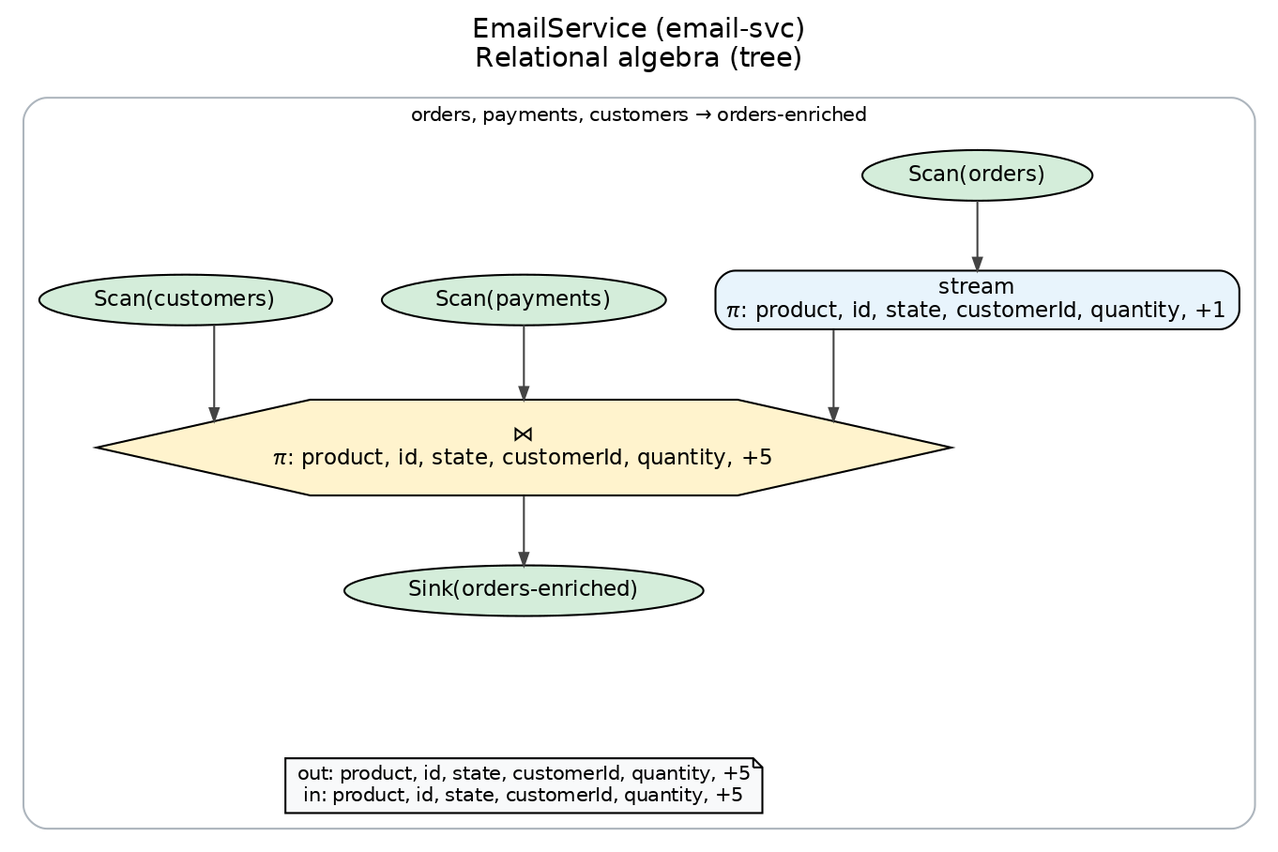
Above: docs/difc-ra-diagrams/email-svc-ra-flow.png in Coder2002-MSAdithya/kafka-streams-examples (Graphviz), before the change. Its source is kept beside it as docs/difc-ra-diagrams/email-svc-ra-flow.dot.
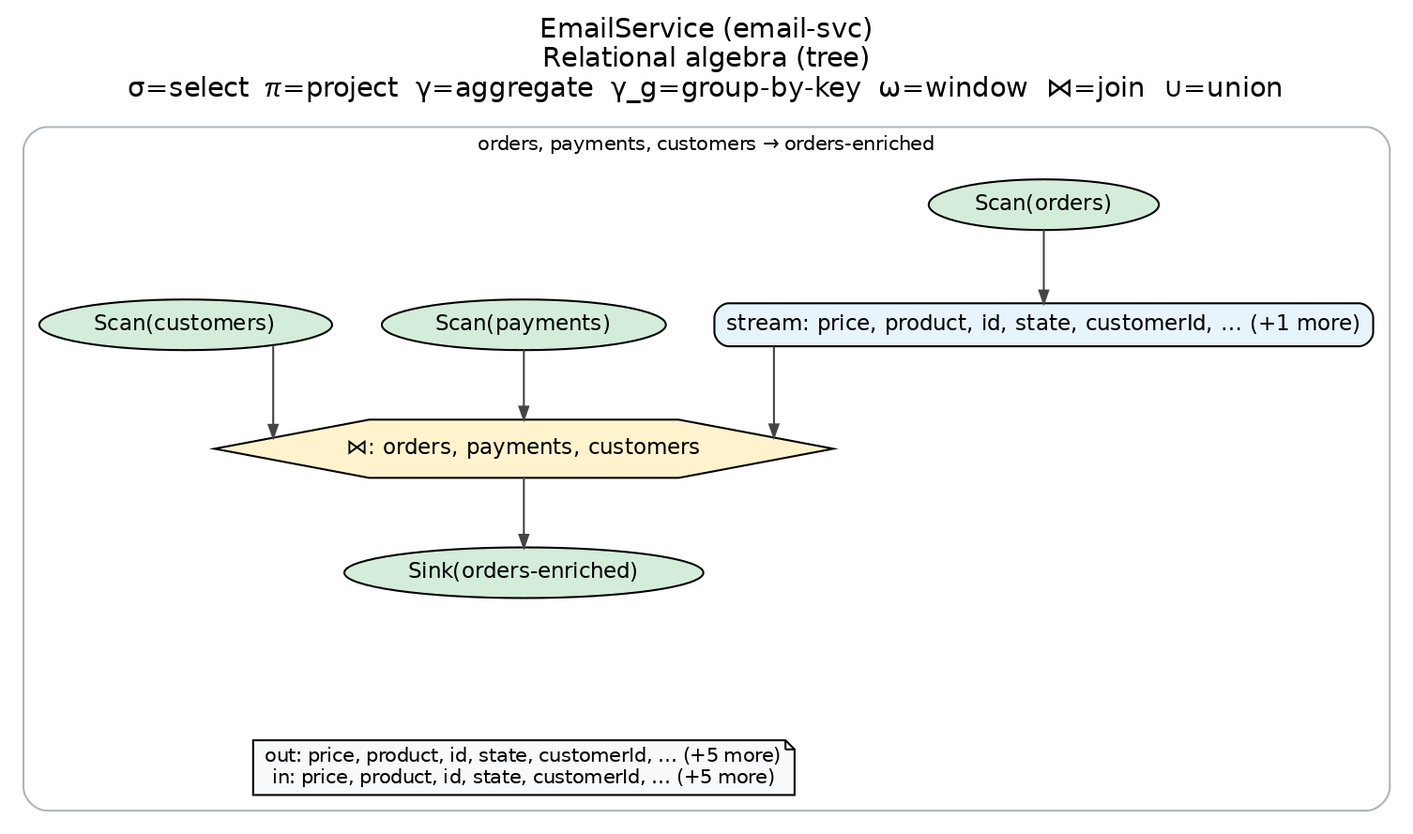
Above is the later version.

Diff of the diagram source:
```diff
@@ -2,26 +2,26 @@
   graph [rankdir=TB, bgcolor="white", fontname="Helvetica", splines=ortho, nodesep=0.35, ranksep=0.5, ordering="out"];
   node [fontname="Helvetica", fontsize=11, style=filled, height=0.3, margin="0.08,0.04"];
   edge [fontname="Helvetica", color="#444444", arrowsize=0.65];
-  label="EmailService (email-svc)\nRelational algebra (tree)";
+  label="EmailService (email-svc)\nRelational algebra (tree)\nσ=select  π=project  γ=aggregate  γ_g=group-by-key  ω=window  ⋈=join  ∪=union";
   labelloc=t;
   fontsize=14;
   subgraph cluster_0 {
     label="orders, payments, customers → orders-enriched"; style=rounded; color="#adb5bd"; fontsize=10;
-    r0t0 [label="Sink(orders-enriched)", shape=ellipse, style="filled", fillcolor="#d4edda"];
-    r0t1 [label="⋈\nπ: product, id, state, customerId, quantity, +5", shape=hexagon, style="filled", fillcolor="#fff3cd"];
-    r0t2 [label="stream\nπ: product, id, state, customerId, quantity, +1", shape=box, style="rounded,filled", fillcolor="#e8f4fc"];
-    r0t3 [label="Scan(orders)", shape=ellipse, style="filled", fillcolor="#d4edda"];
-    r0t3 -> r0t2;
-    r0t2 -> r0t1;
-    r0t4 [label="Scan(payments)", shape=ellipse, style="filled", fillcolor="#d4edda"];
-    r0t4 -> r0t1;
-    r0t5 [label="Scan(customers)", shape=ellipse, style="filled", fillcolor="#d4edda"];
-    r0t5 -> r0t1;
-    r0t1 -> r0t0;
+    p0_sink_orders_enriched [label="Sink(orders-enriched)", shape=ellipse, style="filled", fillcolor="#d4edda"];
+    p0_join_1 [label="⋈: orders, payments, customers", shape=hexagon, style="filled", fillcolor="#fff3cd"];
+    p0_stream_stream_2 [label="stream: price, product, id, state, customerId, … (+1 more)", shape=box, style="rounded,filled", fillcolor="#e8f4fc"];
+    p0_scan_orders [label="Scan(orders)", shape=ellipse, style="filled", fillcolor="#d4edda"];
+    p0_scan_orders -> p0_stream_stream_2;
+    p0_stream_stream_2 -> p0_join_1;
+    p0_scan_payments [label="Scan(payments)", shape=ellipse, style="filled", fillcolor="#d4edda"];
+    p0_scan_payments -> p0_join_1;
+    p0_scan_customers [label="Scan(customers)", shape=ellipse, style="filled", fillcolor="#d4edda"];
+    p0_scan_customers -> p0_join_1;
+    p0_join_1 -> p0_sink_orders_enriched;
     r0anchor [style=invis, width=0, height=0, label=""];
-    r0t0 -> r0anchor [style=invis];
+    p0_sink_orders_enriched -> r0anchor [style=invis];
     r0anchor -> r0note [style=invis];
-    r0note [label="out: product, id, state, customerId, quantity, +5\nin: product, id, state, customerId, quantity, +5", shape=note, fillcolor="#f8f9fa", fontsize=10];
+    r0note [label="out: price, product, id, state, customerId, … (+5 more)\nin: price, product, id, state, customerId, … (+5 more)", shape=note, fillcolor="#f8f9fa", fontsize=10];
     { rank=max; r0note; }
   }
 }
```
